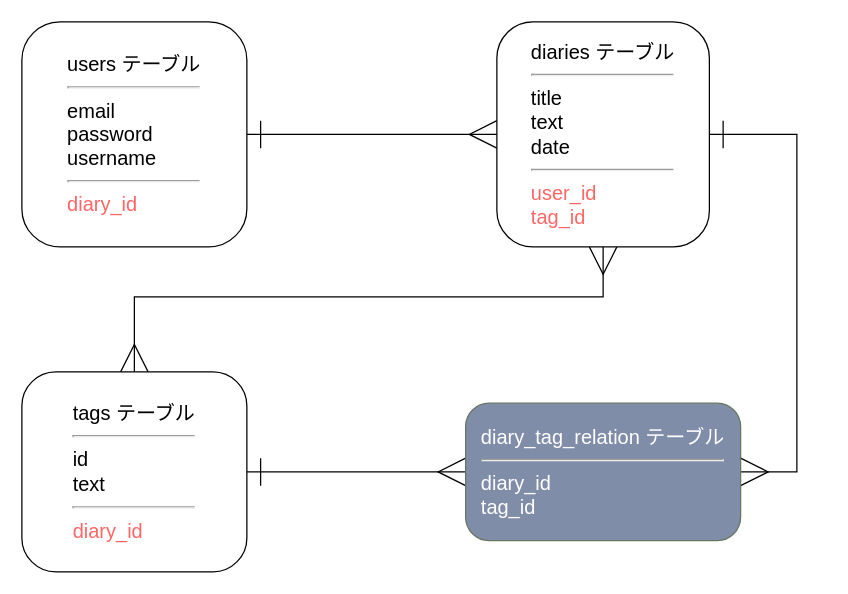
Before: er.drawio in tysmmsy/one_line_a_day, a draw.io diagram. Source tidied: cells renumbered, new cells numbered last; positions are measured from the earlier drawing's top-left corner, leaving out a move shared by most shapes. Both pictures are drawn from the tidied source at 125%, with x=0, y=0 at pixel (21, 21).
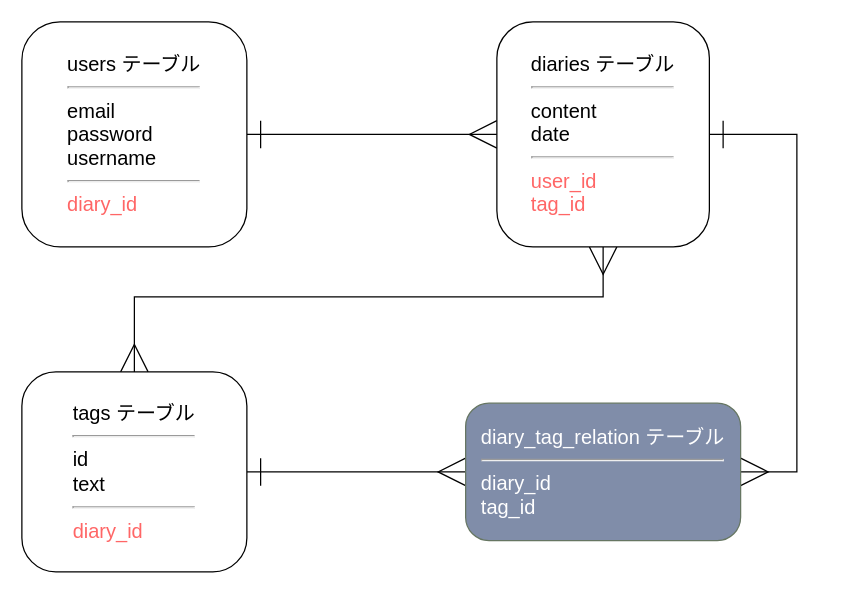
Above is the later version.

What changed in the source:
```diff
@@
 <mxGraphModel>
   <root>
     <mxCell id="0" />
     <mxCell id="1" parent="0" />
     <mxCell id="2" style="edgeStyle=orthogonalEdgeStyle;rounded=0;jettySize=auto;html=1;entryX=0;entryY=0.5;entryDx=0;entryDy=0;fontSize=16;endArrow=ERmany;endFill=0;endSize=20;startArrow=ERone;startFill=0;startSize=20;" parent="1" edge="1" source="3" target="6">
       <mxGeometry relative="1" as="geometry" />
     </mxCell>
     <mxCell id="3" value="&lt;div style=&quot;font-size: 16px&quot;&gt;&lt;span style=&quot;font-size: 16px&quot;&gt;users テーブル&lt;/span&gt;&lt;br style=&quot;font-size: 16px&quot;&gt;&lt;/div&gt;&lt;div style=&quot;font-size: 16px&quot;&gt;&lt;/div&gt;&lt;hr style=&quot;text-align: left&quot;&gt;&lt;div style=&quot;font-size: 16px&quot;&gt;&lt;div style=&quot;text-align: left ; font-size: 16px&quot;&gt;&lt;span style=&quot;font-size: 16px&quot;&gt;email&lt;/span&gt;&lt;/div&gt;&lt;span style=&quot;font-size: 16px&quot;&gt;&lt;div style=&quot;text-align: left ; font-size: 16px&quot;&gt;&lt;span style=&quot;font-size: 16px&quot;&gt;password&lt;/span&gt;&lt;/div&gt;&lt;/span&gt;&lt;span style=&quot;font-size: 16px&quot;&gt;&lt;div style=&quot;text-align: left ; font-size: 16px&quot;&gt;&lt;span style=&quot;font-size: 16px&quot;&gt;username&lt;/span&gt;&lt;/div&gt;&lt;div style=&quot;font-size: 16px&quot;&gt;&lt;hr style=&quot;text-align: left&quot;&gt;&lt;font color=&quot;#ff6666&quot;&gt;&lt;div style=&quot;text-align: left&quot;&gt;&lt;span&gt;diary_id&lt;/span&gt;&lt;/div&gt;&lt;/font&gt;&lt;/div&gt;&lt;/span&gt;&lt;/div&gt;" style="rounded=1;whiteSpace=wrap;html=1;arcSize=17;align=center;verticalAlign=middle;fontSize=16;" parent="1" vertex="1">
       <mxGeometry width="180" height="180" as="geometry" />
     </mxCell>
     <mxCell id="4" style="edgeStyle=orthogonalEdgeStyle;rounded=0;jettySize=auto;html=1;startArrow=ERone;startFill=0;startSize=20;endArrow=ERmany;endFill=0;endSize=20;targetPerimeterSpacing=0;strokeWidth=1;fontSize=16;entryX=1;entryY=0.5;entryDx=0;entryDy=0;" parent="1" edge="1" source="6" target="9">
       <mxGeometry relative="1" as="geometry">
         <Array as="points">
           <mxPoint x="620" y="90" />
           <mxPoint x="620" y="360" />
         </Array>
       </mxGeometry>
     </mxCell>
     <mxCell id="5" style="edgeStyle=orthogonalEdgeStyle;rounded=0;jettySize=auto;html=1;entryX=0.5;entryY=0;entryDx=0;entryDy=0;startArrow=ERmany;startFill=0;startSize=20;endArrow=ERmany;endFill=0;endSize=20;targetPerimeterSpacing=0;strokeWidth=1;fontSize=16;" parent="1" edge="1" source="6" target="8">
       <mxGeometry relative="1" as="geometry">
         <Array as="points">
           <mxPoint x="465" y="220" />
           <mxPoint x="90" y="220" />
         </Array>
       </mxGeometry>
     </mxCell>
-    <mxCell id="6" value="&lt;div&gt;&lt;span&gt;diaries テーブル&lt;/span&gt;&lt;/div&gt;&lt;div&gt;&lt;hr style=&quot;text-align: left&quot;&gt;&lt;/div&gt;&lt;div style=&quot;text-align: left ; font-size: 16px&quot;&gt;&lt;span style=&quot;font-size: 16px&quot;&gt;title&lt;/span&gt;&lt;/div&gt;&lt;div style=&quot;text-align: left ; font-size: 16px&quot;&gt;&lt;span style=&quot;font-size: 16px&quot;&gt;text&lt;/span&gt;&lt;/div&gt;&lt;div style=&quot;text-align: left ; font-size: 16px&quot;&gt;&lt;span style=&quot;font-size: 16px&quot;&gt;date&lt;/span&gt;&lt;/div&gt;&lt;div style=&quot;font-size: 16px&quot;&gt;&lt;hr style=&quot;text-align: left&quot;&gt;&lt;/div&gt;&lt;div style=&quot;text-align: left ; font-size: 16px&quot;&gt;&lt;span style=&quot;font-size: 16px&quot;&gt;&lt;font color=&quot;#ff6666&quot;&gt;user_id&lt;/font&gt;&lt;/span&gt;&lt;/div&gt;&lt;div style=&quot;text-align: left ; font-size: 16px&quot;&gt;&lt;span style=&quot;font-size: 16px&quot;&gt;&lt;font color=&quot;#ff6666&quot;&gt;tag_id&lt;/font&gt;&lt;/span&gt;&lt;/div&gt;" style="rounded=1;whiteSpace=wrap;html=1;arcSize=17;fontSize=16;verticalAlign=middle;align=center;" parent="1" vertex="1">
+    <mxCell id="6" value="&lt;div&gt;&lt;span&gt;diaries テーブル&lt;/span&gt;&lt;/div&gt;&lt;div&gt;&lt;hr style=&quot;text-align: left&quot;&gt;&lt;/div&gt;&lt;div style=&quot;text-align: left ; font-size: 16px&quot;&gt;content&lt;/div&gt;&lt;div style=&quot;text-align: left ; font-size: 16px&quot;&gt;&lt;span style=&quot;font-size: 16px&quot;&gt;date&lt;/span&gt;&lt;/div&gt;&lt;div style=&quot;font-size: 16px&quot;&gt;&lt;hr style=&quot;text-align: left&quot;&gt;&lt;/div&gt;&lt;div style=&quot;text-align: left ; font-size: 16px&quot;&gt;&lt;span style=&quot;font-size: 16px&quot;&gt;&lt;font color=&quot;#ff6666&quot;&gt;user_id&lt;/font&gt;&lt;/span&gt;&lt;/div&gt;&lt;div style=&quot;text-align: left ; font-size: 16px&quot;&gt;&lt;span style=&quot;font-size: 16px&quot;&gt;&lt;font color=&quot;#ff6666&quot;&gt;tag_id&lt;/font&gt;&lt;/span&gt;&lt;/div&gt;" style="rounded=1;whiteSpace=wrap;html=1;arcSize=17;fontSize=16;verticalAlign=middle;align=center;" parent="1" vertex="1">
       <mxGeometry x="380" width="170" height="180" as="geometry" />
     </mxCell>
     <mxCell id="7" style="edgeStyle=orthogonalEdgeStyle;curved=1;rounded=0;jettySize=auto;html=1;entryX=0;entryY=0.5;entryDx=0;entryDy=0;startArrow=ERone;startFill=0;startSize=20;endArrow=ERmany;endFill=0;endSize=20;targetPerimeterSpacing=0;strokeWidth=1;fontSize=16;" parent="1" edge="1" source="8" target="9">
       <mxGeometry relative="1" as="geometry" />
     </mxCell>
     <mxCell id="8" value="tags テーブル&lt;br&gt;&lt;hr style=&quot;text-align: left&quot;&gt;&lt;div style=&quot;text-align: left&quot;&gt;&lt;span&gt;id&lt;/span&gt;&lt;/div&gt;&lt;div style=&quot;text-align: left&quot;&gt;&lt;span&gt;text&lt;/span&gt;&lt;/div&gt;&lt;div style=&quot;text-align: left&quot;&gt;&lt;hr&gt;&lt;font color=&quot;#ff6666&quot;&gt;diary_id&lt;/font&gt;&lt;/div&gt;" style="rounded=1;whiteSpace=wrap;html=1;arcSize=17;fontSize=16;" parent="1" vertex="1">
       <mxGeometry y="280" width="180" height="160" as="geometry" />
     </mxCell>
     <mxCell id="9" value="diary_tag_relation テーブル&lt;br&gt;&lt;hr style=&quot;text-align: left&quot;&gt;&lt;div style=&quot;text-align: left&quot;&gt;&lt;span&gt;diary_id&lt;/span&gt;&lt;/div&gt;&lt;div style=&quot;text-align: left&quot;&gt;tag_id&lt;/div&gt;" style="rounded=1;whiteSpace=wrap;html=1;arcSize=17;fontSize=16;fillColor=#808DA9;strokeColor=#667662;fontColor=#ffffff;" parent="1" vertex="1">
       <mxGeometry x="355" y="305" width="220" height="110" as="geometry" />
     </mxCell>
   </root>
 </mxGraphModel>
```
